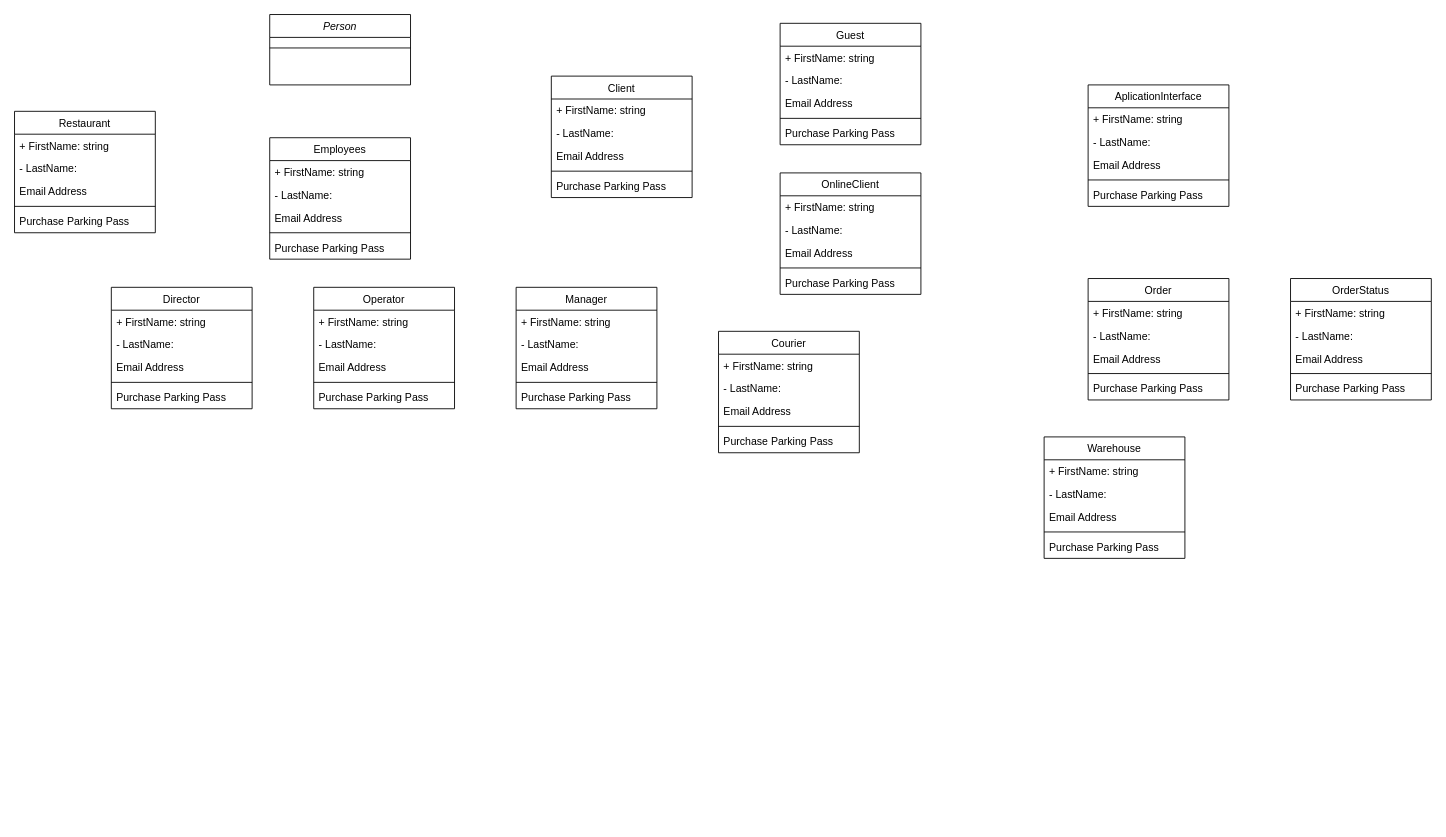
The draw.io diagram Untitled Diagram.drawio in ChistEgor/UML-class-diagram, before the edit. Source tidied: cells renumbered, new cells numbered last; positions are measured from the earlier drawing's top-left corner, leaving out a move shared by most shapes. Both pictures are drawn from the tidied source at 88%, with x=0, y=0 at pixel (14, 14).
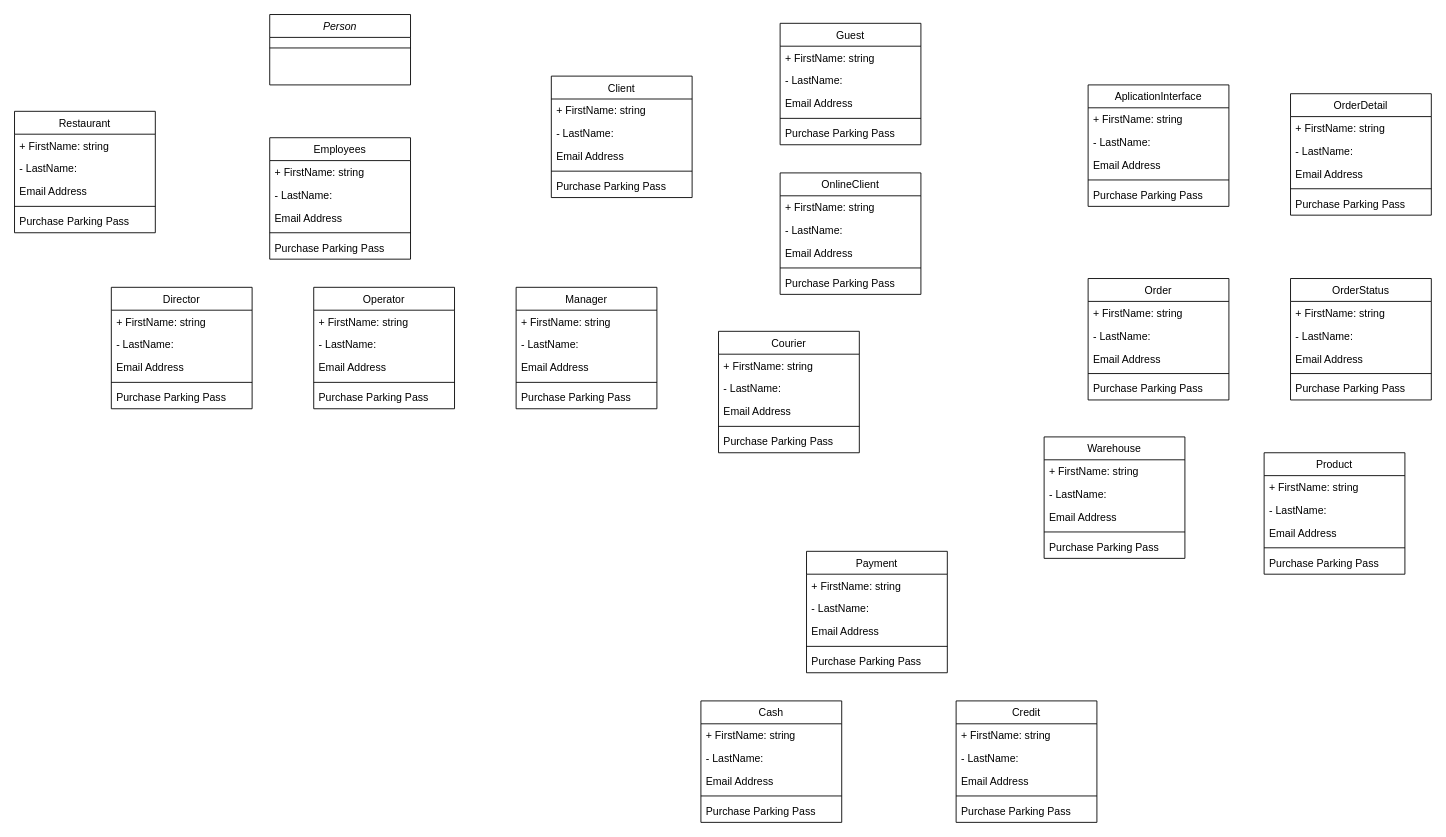
The same diagram, later.

Change to the diagram source:
```diff
@@
+    <mxCell id="82" value="OrderDetail" style="swimlane;fontStyle=0;align=center;verticalAlign=top;horizontal=1;startSize=26;rounded=0;shadow=0;strokeWidth=1;" parent="1" vertex="1">
+      <mxGeometry x="1450" y="90" width="160" height="138" as="geometry" />
+    </mxCell>
+    <mxCell id="83" value="+ FirstName: string" style="text;align=left;verticalAlign=top;spacingLeft=4;spacingRight=4;overflow=hidden;" parent="82" vertex="1">
+      <mxGeometry y="26" width="160" height="26" as="geometry" />
+    </mxCell>
+    <mxCell id="84" value="- LastName:" style="text;align=left;verticalAlign=top;spacingLeft=4;spacingRight=4;overflow=hidden;rounded=0;shadow=0;html=0;" parent="82" vertex="1">
+      <mxGeometry y="52" width="160" height="26" as="geometry" />
+    </mxCell>
+    <mxCell id="85" value="Email Address" style="text;align=left;verticalAlign=top;spacingLeft=4;spacingRight=4;overflow=hidden;rounded=0;shadow=0;html=0;" parent="82" vertex="1">
+      <mxGeometry y="78" width="160" height="26" as="geometry" />
+    </mxCell>
+    <mxCell id="86" style="line;html=1;strokeWidth=1;align=left;verticalAlign=middle;spacingTop=-1;spacingLeft=3;spacingRight=3;labelPosition=right;" parent="82" vertex="1">
+      <mxGeometry y="104" width="160" height="8" as="geometry" />
+    </mxCell>
+    <mxCell id="87" value="Purchase Parking Pass" style="text;align=left;verticalAlign=top;spacingLeft=4;spacingRight=4;overflow=hidden;" parent="82" vertex="1">
+      <mxGeometry y="112" width="160" height="26" as="geometry" />
+    </mxCell>
+    <mxCell id="88" value="Product" style="swimlane;fontStyle=0;align=center;verticalAlign=top;horizontal=1;startSize=26;rounded=0;shadow=0;strokeWidth=1;" parent="1" vertex="1">
+      <mxGeometry x="1420" y="498" width="160" height="138" as="geometry" />
+    </mxCell>
+    <mxCell id="89" value="+ FirstName: string" style="text;align=left;verticalAlign=top;spacingLeft=4;spacingRight=4;overflow=hidden;" parent="88" vertex="1">
+      <mxGeometry y="26" width="160" height="26" as="geometry" />
+    </mxCell>
+    <mxCell id="90" value="- LastName:" style="text;align=left;verticalAlign=top;spacingLeft=4;spacingRight=4;overflow=hidden;rounded=0;shadow=0;html=0;" parent="88" vertex="1">
+      <mxGeometry y="52" width="160" height="26" as="geometry" />
+    </mxCell>
+    <mxCell id="91" value="Email Address" style="text;align=left;verticalAlign=top;spacingLeft=4;spacingRight=4;overflow=hidden;rounded=0;shadow=0;html=0;" parent="88" vertex="1">
+      <mxGeometry y="78" width="160" height="26" as="geometry" />
+    </mxCell>
+    <mxCell id="92" style="line;html=1;strokeWidth=1;align=left;verticalAlign=middle;spacingTop=-1;spacingLeft=3;spacingRight=3;labelPosition=right;" parent="88" vertex="1">
+      <mxGeometry y="104" width="160" height="8" as="geometry" />
+    </mxCell>
+    <mxCell id="93" value="Purchase Parking Pass" style="text;align=left;verticalAlign=top;spacingLeft=4;spacingRight=4;overflow=hidden;" parent="88" vertex="1">
+      <mxGeometry y="112" width="160" height="26" as="geometry" />
+    </mxCell>
+    <mxCell id="94" value="Payment" style="swimlane;fontStyle=0;align=center;verticalAlign=top;horizontal=1;startSize=26;rounded=0;shadow=0;strokeWidth=1;" parent="1" vertex="1">
+      <mxGeometry x="900" y="610" width="160" height="138" as="geometry" />
+    </mxCell>
+    <mxCell id="95" value="+ FirstName: string" style="text;align=left;verticalAlign=top;spacingLeft=4;spacingRight=4;overflow=hidden;" parent="94" vertex="1">
+      <mxGeometry y="26" width="160" height="26" as="geometry" />
+    </mxCell>
+    <mxCell id="96" value="- LastName:" style="text;align=left;verticalAlign=top;spacingLeft=4;spacingRight=4;overflow=hidden;rounded=0;shadow=0;html=0;" parent="94" vertex="1">
+      <mxGeometry y="52" width="160" height="26" as="geometry" />
+    </mxCell>
+    <mxCell id="97" value="Email Address" style="text;align=left;verticalAlign=top;spacingLeft=4;spacingRight=4;overflow=hidden;rounded=0;shadow=0;html=0;" parent="94" vertex="1">
+      <mxGeometry y="78" width="160" height="26" as="geometry" />
+    </mxCell>
+    <mxCell id="98" style="line;html=1;strokeWidth=1;align=left;verticalAlign=middle;spacingTop=-1;spacingLeft=3;spacingRight=3;labelPosition=right;" parent="94" vertex="1">
+      <mxGeometry y="104" width="160" height="8" as="geometry" />
+    </mxCell>
+    <mxCell id="99" value="Purchase Parking Pass" style="text;align=left;verticalAlign=top;spacingLeft=4;spacingRight=4;overflow=hidden;" parent="94" vertex="1">
+      <mxGeometry y="112" width="160" height="26" as="geometry" />
+    </mxCell>
+    <mxCell id="100" value="Credit" style="swimlane;fontStyle=0;align=center;verticalAlign=top;horizontal=1;startSize=26;rounded=0;shadow=0;strokeWidth=1;" parent="1" vertex="1">
+      <mxGeometry x="1070" y="780" width="160" height="138" as="geometry" />
+    </mxCell>
+    <mxCell id="101" value="+ FirstName: string" style="text;align=left;verticalAlign=top;spacingLeft=4;spacingRight=4;overflow=hidden;" parent="100" vertex="1">
+      <mxGeometry y="26" width="160" height="26" as="geometry" />
+    </mxCell>
+    <mxCell id="102" value="- LastName:" style="text;align=left;verticalAlign=top;spacingLeft=4;spacingRight=4;overflow=hidden;rounded=0;shadow=0;html=0;" parent="100" vertex="1">
+      <mxGeometry y="52" width="160" height="26" as="geometry" />
+    </mxCell>
+    <mxCell id="103" value="Email Address" style="text;align=left;verticalAlign=top;spacingLeft=4;spacingRight=4;overflow=hidden;rounded=0;shadow=0;html=0;" parent="100" vertex="1">
+      <mxGeometry y="78" width="160" height="26" as="geometry" />
+    </mxCell>
+    <mxCell id="104" style="line;html=1;strokeWidth=1;align=left;verticalAlign=middle;spacingTop=-1;spacingLeft=3;spacingRight=3;labelPosition=right;" parent="100" vertex="1">
+      <mxGeometry y="104" width="160" height="8" as="geometry" />
+    </mxCell>
+    <mxCell id="105" value="Purchase Parking Pass" style="text;align=left;verticalAlign=top;spacingLeft=4;spacingRight=4;overflow=hidden;" parent="100" vertex="1">
+      <mxGeometry y="112" width="160" height="26" as="geometry" />
+    </mxCell>
+    <mxCell id="106" value="Cash" style="swimlane;fontStyle=0;align=center;verticalAlign=top;horizontal=1;startSize=26;rounded=0;shadow=0;strokeWidth=1;" parent="1" vertex="1">
+      <mxGeometry x="780" y="780" width="160" height="138" as="geometry" />
+    </mxCell>
+    <mxCell id="107" value="+ FirstName: string" style="text;align=left;verticalAlign=top;spacingLeft=4;spacingRight=4;overflow=hidden;" parent="106" vertex="1">
+      <mxGeometry y="26" width="160" height="26" as="geometry" />
+    </mxCell>
+    <mxCell id="108" value="- LastName:" style="text;align=left;verticalAlign=top;spacingLeft=4;spacingRight=4;overflow=hidden;rounded=0;shadow=0;html=0;" parent="106" vertex="1">
+      <mxGeometry y="52" width="160" height="26" as="geometry" />
+    </mxCell>
+    <mxCell id="109" value="Email Address" style="text;align=left;verticalAlign=top;spacingLeft=4;spacingRight=4;overflow=hidden;rounded=0;shadow=0;html=0;" parent="106" vertex="1">
+      <mxGeometry y="78" width="160" height="26" as="geometry" />
+    </mxCell>
+    <mxCell id="110" style="line;html=1;strokeWidth=1;align=left;verticalAlign=middle;spacingTop=-1;spacingLeft=3;spacingRight=3;labelPosition=right;" parent="106" vertex="1">
+      <mxGeometry y="104" width="160" height="8" as="geometry" />
+    </mxCell>
+    <mxCell id="111" value="Purchase Parking Pass" style="text;align=left;verticalAlign=top;spacingLeft=4;spacingRight=4;overflow=hidden;" parent="106" vertex="1">
+      <mxGeometry y="112" width="160" height="26" as="geometry" />
+    </mxCell>
```
